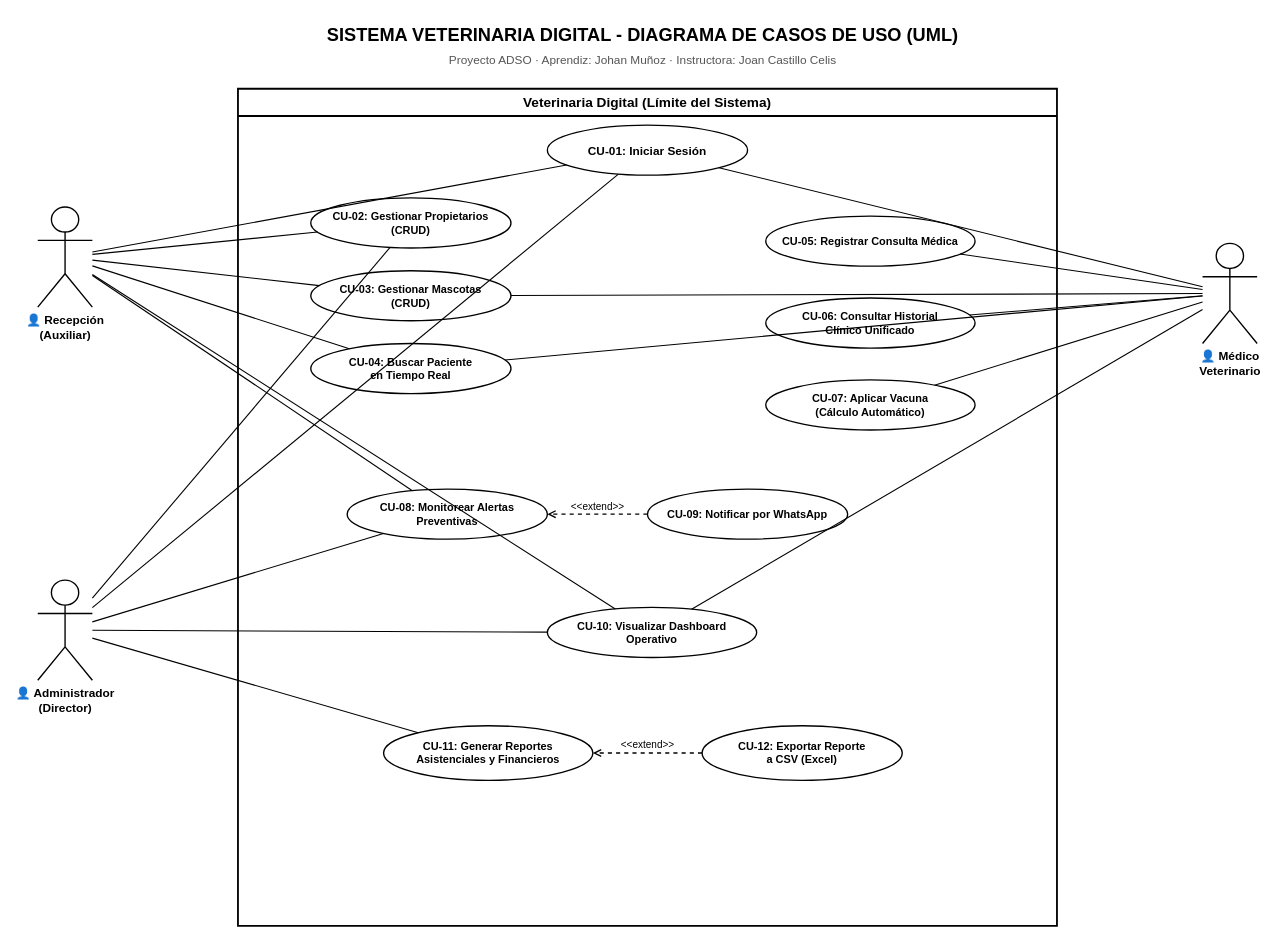
Before: docs/casos_de_uso.drawio in johanm-dev/adso-veterinaria, a draw.io diagram. Source tidied: cells renumbered, new cells numbered last; positions are measured from the earlier drawing's top-left corner, leaving out a move shared by most shapes. Both pictures are drawn from the tidied source at 91%, with x=0, y=0 at pixel (37, 15).
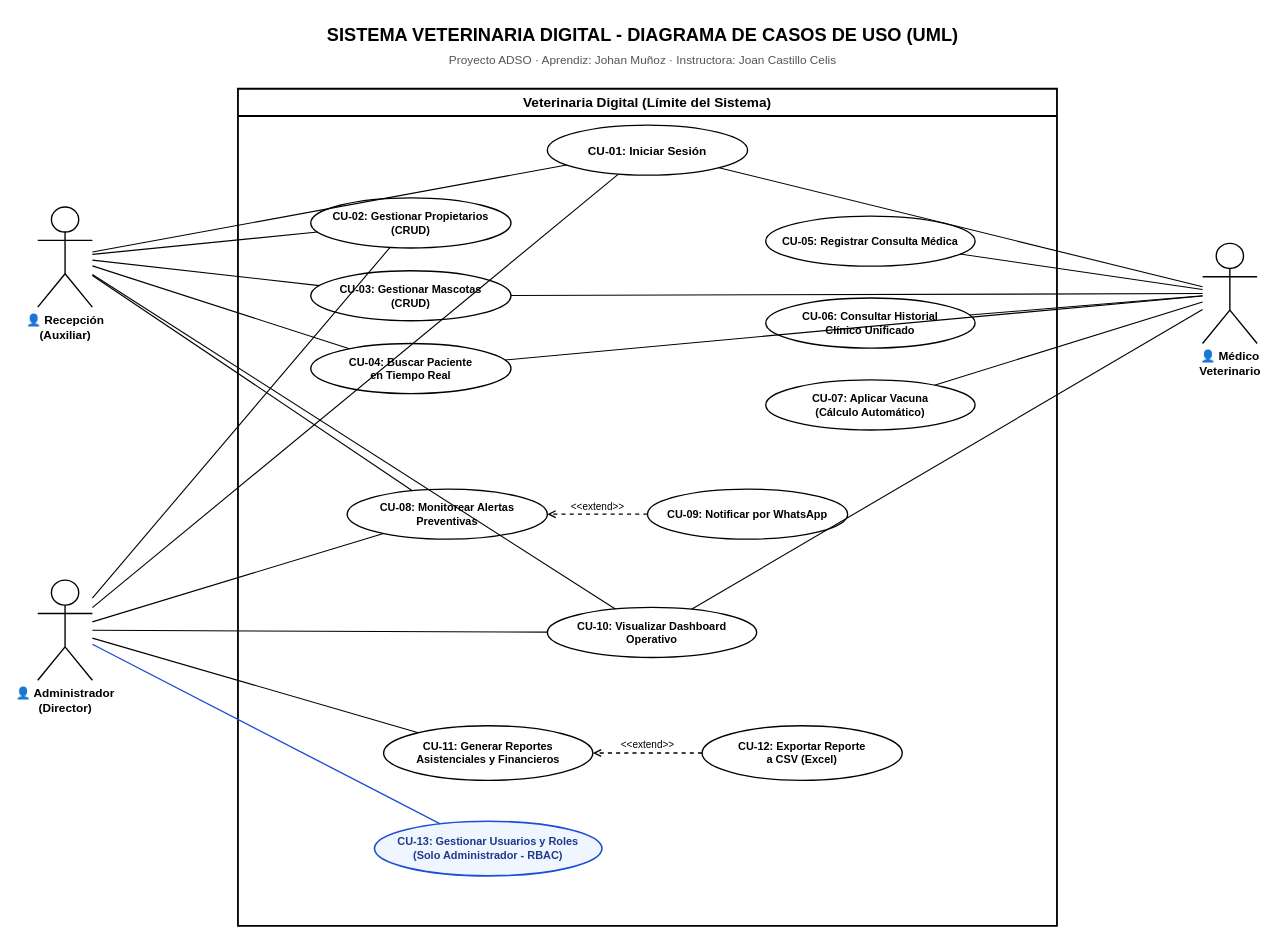
Above is the later version.

Commit message:
docs(uml): actualizar casos de uso en draw.io agregando CU-13 Gestion de Usuarios (Solo Admin)

The change refers to these unchanged cells:
```xml
<mxCell id="4" value="Veterinaria Digital (Límite del Sistema)" style="swimlane;whiteSpace=wrap;html=1;startSize=30;fillColor=#FFFFFF;strokeColor=#000000;strokeWidth=2;fontSize=15;fontStyle=1;fontColor=#000000;" parent="1" vertex="1">
  <mxGeometry x="220" y="80" width="900" height="920" as="geometry" />
</mxCell>
<mxCell id="20" value="👤 Administrador&#10;(Director)" style="shape=umlActor;verticalLabelPosition=bottom;verticalAlign=top;html=1;outlineConnect=0;fillColor=#FFFFFF;strokeColor=#000000;strokeWidth=1.5;fontSize=13;fontStyle=1;fontColor=#000000;" parent="1" vertex="1">
  <mxGeometry y="620" width="60" height="110" as="geometry" />
</mxCell>
```

Diff of the diagram source:
```diff
@@
+    <mxCell id="40" value="CU-13: Gestionar Usuarios y Roles&#10;(Solo Administrador - RBAC)" style="ellipse;whiteSpace=wrap;html=1;fillColor=#EFF6FF;strokeColor=#1D4ED8;strokeWidth=1.8;fontSize=12;fontStyle=1;fontColor=#1E3A8A;" parent="4" vertex="1">
+      <mxGeometry x="150" y="805" width="250" height="60" as="geometry" />
+    </mxCell>
@@
+    <mxCell id="41" style="endArrow=none;html=1;rounded=0;strokeColor=#1D4ED8;strokeWidth=1.5;" parent="1" edge="1" source="20" target="40">
+      <mxGeometry relative="1" as="geometry" />
+    </mxCell>
```
